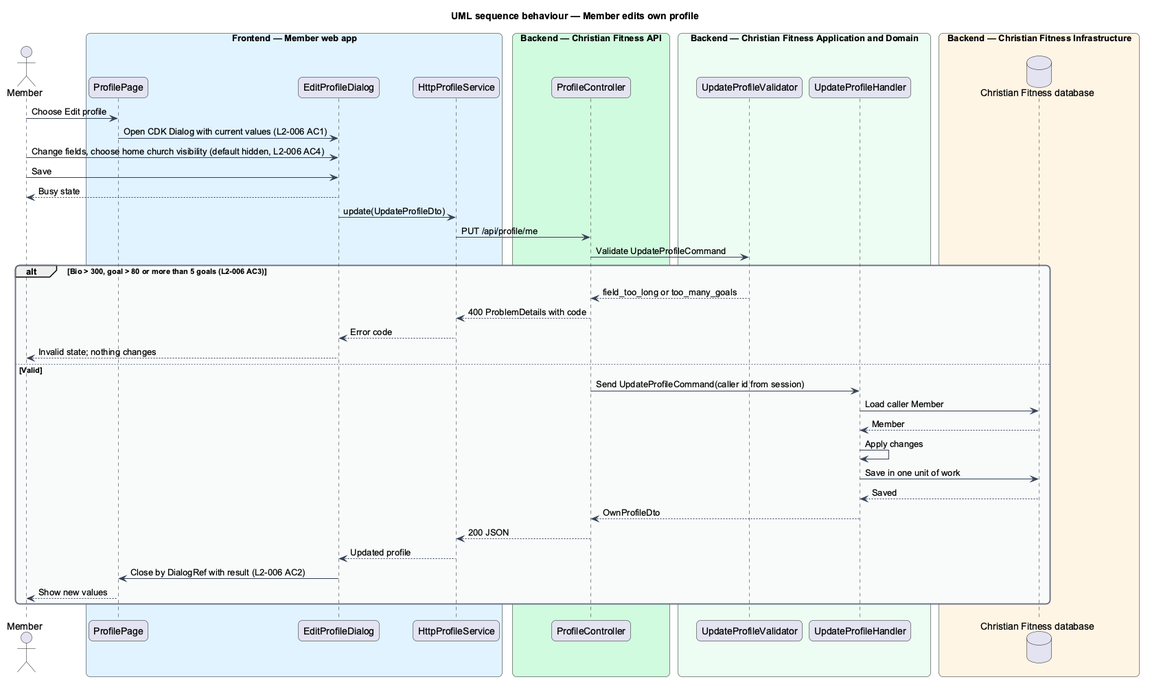
This is docs/detailed-designs/member-profile/edit-profile/diagrams/sequence-edit-profile.png from QuinntyneBrown/christian-fitness, a PlantUML export, as it was before one commit.
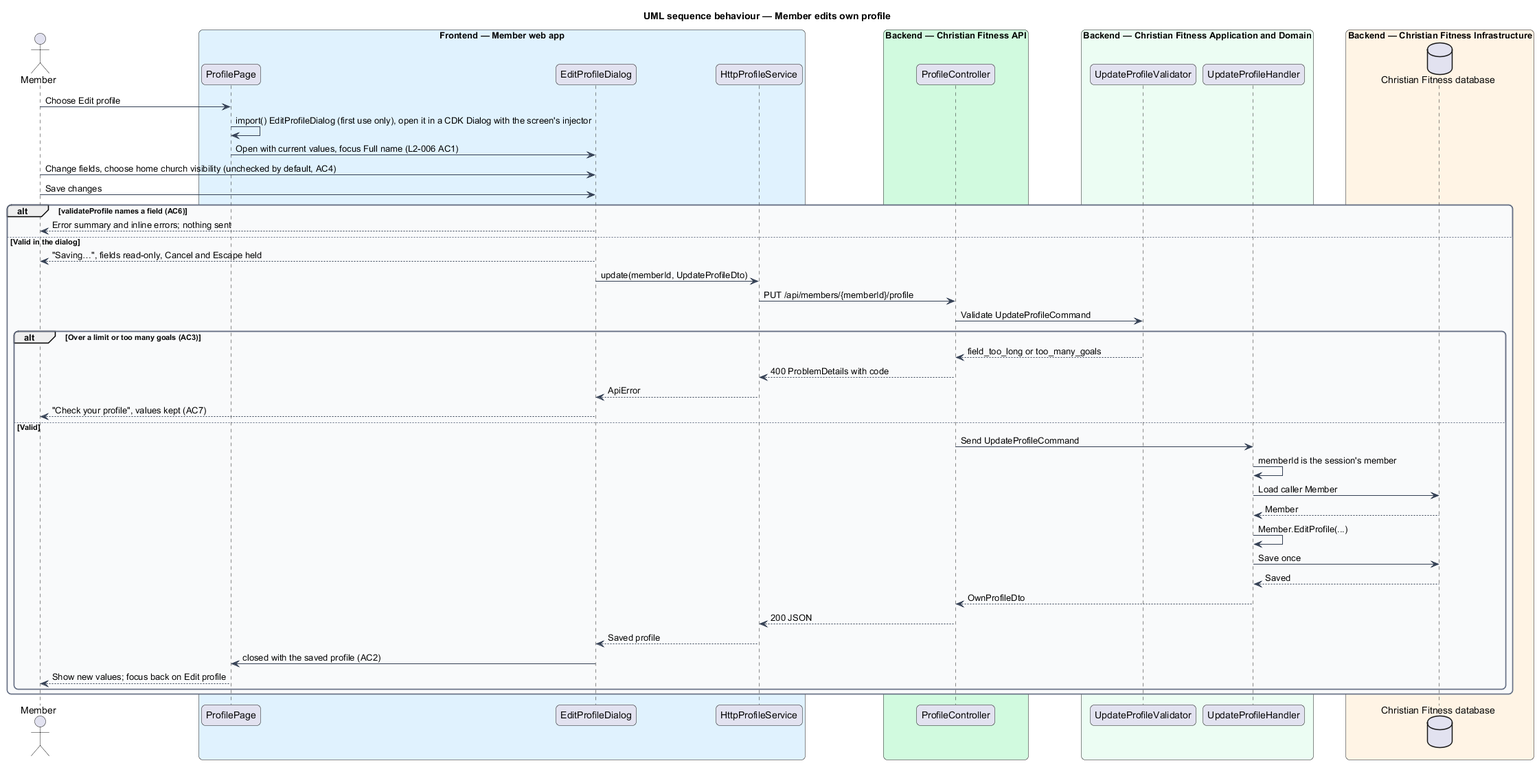
After the commit.

What changed in the source:
```diff
@@ -31,29 +31,35 @@
   database "Christian Fitness database" as db
 end box
 actor -> page : Choose Edit profile
-page -> dlg : Open CDK Dialog with current values (L2-006 AC1)
-actor -> dlg : Change fields, choose home church visibility (default hidden, L2-006 AC4)
-actor -> dlg : Save
-dlg --> actor : Busy state
-dlg -> client : update(UpdateProfileDto)
-client -> ctrl : PUT /api/profile/me
-ctrl -> v : Validate UpdateProfileCommand
-alt Bio > 300, goal > 80 or more than 5 goals (L2-006 AC3)
-  v --> ctrl : field_too_long or too_many_goals
-  ctrl --> client : 400 ProblemDetails with code
-  client --> dlg : Error code
-  dlg --> actor : Invalid state; nothing changes
-else Valid
-  ctrl -> h : Send UpdateProfileCommand(caller id from session)
-  h -> db : Load caller Member
-  db --> h : Member
-  h -> h : Apply changes
-  h -> db : Save in one unit of work
-  db --> h : Saved
-  h --> ctrl : OwnProfileDto
-  ctrl --> client : 200 JSON
-  client --> dlg : Updated profile
-  dlg -> page : Close by DialogRef with result (L2-006 AC2)
-  page --> actor : Show new values
+page -> page : import() EditProfileDialog (first use only), open it in a CDK Dialog with the screen's injector
+page -> dlg : Open with current values, focus Full name (L2-006 AC1)
+actor -> dlg : Change fields, choose home church visibility (unchecked by default, AC4)
+actor -> dlg : Save changes
+alt validateProfile names a field (AC6)
+  dlg --> actor : Error summary and inline errors; nothing sent
+else Valid in the dialog
+  dlg --> actor : "Saving…", fields read-only, Cancel and Escape held
+  dlg -> client : update(memberId, UpdateProfileDto)
+  client -> ctrl : PUT /api/members/{memberId}/profile
+  ctrl -> v : Validate UpdateProfileCommand
+  alt Over a limit or too many goals (AC3)
+    v --> ctrl : field_too_long or too_many_goals
+    ctrl --> client : 400 ProblemDetails with code
+    client --> dlg : ApiError
+    dlg --> actor : "Check your profile", values kept (AC7)
+  else Valid
+    ctrl -> h : Send UpdateProfileCommand
+    h -> h : memberId is the session's member
+    h -> db : Load caller Member
+    db --> h : Member
+    h -> h : Member.EditProfile(...)
+    h -> db : Save once
+    db --> h : Saved
+    h --> ctrl : OwnProfileDto
+    ctrl --> client : 200 JSON
+    client --> dlg : Saved profile
+    dlg -> page : closed with the saved profile (AC2)
+    page --> actor : Show new values; focus back on Edit profile
+  end
 end
 @enduml
```
